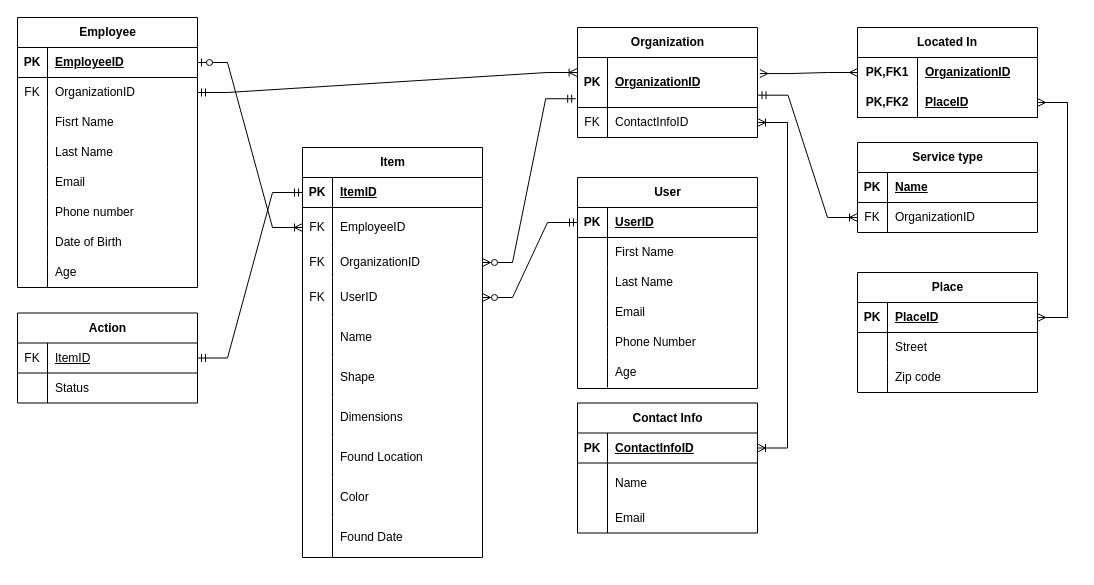
Before: logical model.drawio in igor2080/db1_large_project, a draw.io diagram. Source tidied: cells renumbered, new cells numbered last; positions are measured from the earlier drawing's top-left corner, leaving out a move shared by most shapes. Both pictures are drawn from the tidied source at 100%, with x=0, y=0 at pixel (17, 17).
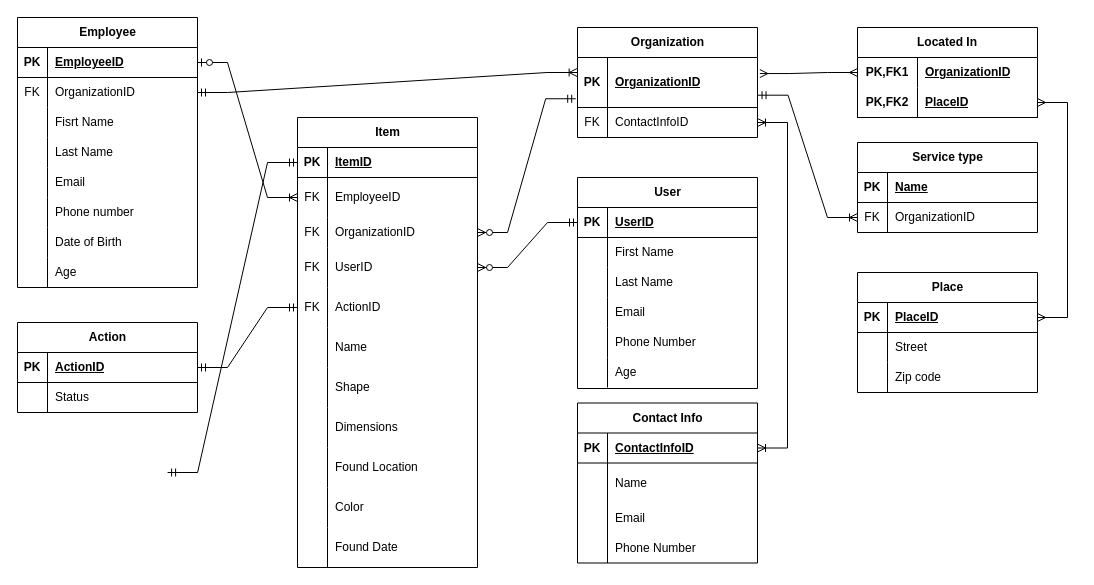
The same diagram, later.

Unchanged cells that the change refers to:
```xml
<mxCell id="53" style="shape=tableRow;horizontal=0;startSize=0;swimlaneHead=0;swimlaneBody=0;fillColor=none;points=[[0,0.5],[1,0.5]];portConstraint=eastwest;top=0;left=0;right=0;bottom=1;" parent="52" vertex="1">
  <mxGeometry y="30" width="180" height="30" as="geometry" />
</mxCell>
```

What changed in the source:
```diff
@@
     <mxCell id="52" value="Item" style="shape=table;startSize=30;childLayout=tableLayout;rowLines=0;fontStyle=1;align=center;html=1;" parent="1" vertex="1">
-      <mxGeometry x="285" y="130" width="180" height="410" as="geometry" />
+      <mxGeometry x="280" y="100" width="180" height="450" as="geometry" />
     </mxCell>
@@
+    <mxCell id="135" style="shape=tableRow;horizontal=0;startSize=0;swimlaneHead=0;swimlaneBody=0;fillColor=none;points=[[0,0.5],[1,0.5]];portConstraint=eastwest;top=0;left=0;right=0;bottom=0;" parent="52" vertex="1">
+      <mxGeometry y="170" width="180" height="40" as="geometry" />
+    </mxCell>
+    <mxCell id="115" value="FK" style="shape=partialRectangle;fillColor=none;top=0;left=0;bottom=0;right=0;overflow=hidden;whiteSpace=wrap;html=1;" parent="135" vertex="1">
+      <mxGeometry width="30" height="40" as="geometry" />
+    </mxCell>
+    <mxCell id="136" value="ActionID" style="shape=partialRectangle;fillColor=none;top=0;left=0;bottom=0;right=0;align=left;spacingLeft=6;overflow=hidden;whiteSpace=wrap;html=1;" parent="135" vertex="1">
+      <mxGeometry x="30" width="150" height="40" as="geometry" />
+    </mxCell>
     <mxCell id="65" style="shape=tableRow;horizontal=0;startSize=0;swimlaneHead=0;swimlaneBody=0;fillColor=none;top=0;left=0;right=0;bottom=0;" parent="52" vertex="1">
-      <mxGeometry y="170" width="180" height="40" as="geometry" />
+      <mxGeometry y="210" width="180" height="40" as="geometry" />
     </mxCell>
@@
     <mxCell id="68" style="shape=tableRow;horizontal=0;startSize=0;swimlaneHead=0;swimlaneBody=0;fillColor=none;top=0;left=0;right=0;bottom=0;" parent="52" vertex="1">
-      <mxGeometry y="210" width="180" height="40" as="geometry" />
+      <mxGeometry y="250" width="180" height="40" as="geometry" />
     </mxCell>
@@
     <mxCell id="71" style="shape=tableRow;horizontal=0;startSize=0;swimlaneHead=0;swimlaneBody=0;fillColor=none;top=0;left=0;right=0;bottom=0;" parent="52" vertex="1">
-      <mxGeometry y="250" width="180" height="40" as="geometry" />
+      <mxGeometry y="290" width="180" height="40" as="geometry" />
     </mxCell>
@@
     <mxCell id="74" style="shape=tableRow;horizontal=0;startSize=0;swimlaneHead=0;swimlaneBody=0;fillColor=none;top=0;left=0;right=0;bottom=0;" parent="52" vertex="1">
-      <mxGeometry y="290" width="180" height="40" as="geometry" />
+      <mxGeometry y="330" width="180" height="40" as="geometry" />
     </mxCell>
@@
     <mxCell id="77" style="shape=tableRow;horizontal=0;startSize=0;swimlaneHead=0;swimlaneBody=0;fillColor=none;top=0;left=0;right=0;bottom=0;" parent="52" vertex="1">
-      <mxGeometry y="330" width="180" height="40" as="geometry" />
+      <mxGeometry y="370" width="180" height="40" as="geometry" />
     </mxCell>
@@
     <mxCell id="80" style="shape=tableRow;horizontal=0;startSize=0;swimlaneHead=0;swimlaneBody=0;fillColor=none;top=0;left=0;right=0;bottom=0;" parent="52" vertex="1">
-      <mxGeometry y="370" width="180" height="40" as="geometry" />
+      <mxGeometry y="410" width="180" height="40" as="geometry" />
     </mxCell>
@@
-    <mxCell id="113" value="Action" style="shape=table;startSize=30;childLayout=tableLayout;rowLines=0;fontStyle=1;align=center;html=1;" parent="1" vertex="1">
-      <mxGeometry y="295.5" width="180" height="90" as="geometry" />
-    </mxCell>
-    <mxCell id="114" style="shape=tableRow;horizontal=0;startSize=0;swimlaneHead=0;swimlaneBody=0;fillColor=none;points=[[0,0.5],[1,0.5]];portConstraint=eastwest;top=0;left=0;right=0;bottom=1;" parent="113" vertex="1">
-      <mxGeometry y="30" width="180" height="30" as="geometry" />
-    </mxCell>
-    <mxCell id="115" value="&lt;span style=&quot;font-weight: normal;&quot;&gt;FK&lt;/span&gt;" style="shape=partialRectangle;fillColor=none;top=0;left=0;bottom=0;right=0;fontStyle=1;overflow=hidden;whiteSpace=wrap;html=1;" parent="114" vertex="1">
-      <mxGeometry width="30" height="30" as="geometry" />
-    </mxCell>
-    <mxCell id="116" value="&lt;span style=&quot;font-weight: normal;&quot;&gt;ItemID&lt;/span&gt;" style="shape=partialRectangle;fillColor=none;top=0;left=0;bottom=0;right=0;align=left;spacingLeft=6;fontStyle=5;overflow=hidden;whiteSpace=wrap;html=1;" parent="114" vertex="1">
-      <mxGeometry x="30" width="150" height="30" as="geometry" />
-    </mxCell>
-    <mxCell id="117" style="shape=tableRow;horizontal=0;startSize=0;swimlaneHead=0;swimlaneBody=0;fillColor=none;top=0;left=0;right=0;bottom=0;" parent="113" vertex="1">
-      <mxGeometry y="60" width="180" height="30" as="geometry" />
-    </mxCell>
-    <mxCell id="118" style="shape=partialRectangle;fillColor=none;top=0;left=0;bottom=0;right=0;overflow=hidden;whiteSpace=wrap;html=1;" parent="117" vertex="1">
-      <mxGeometry width="30" height="30" as="geometry" />
-    </mxCell>
-    <mxCell id="119" value="Status" style="shape=partialRectangle;fillColor=none;top=0;left=0;bottom=0;right=0;align=left;spacingLeft=6;overflow=hidden;whiteSpace=wrap;html=1;" parent="117" vertex="1">
-      <mxGeometry x="30" width="150" height="30" as="geometry" />
-    </mxCell>
     <mxCell id="120" value="Contact Info" style="shape=table;startSize=30;childLayout=tableLayout;rowLines=0;fontStyle=1;align=center;html=1;" parent="1" vertex="1">
-      <mxGeometry x="560" y="385.5" width="180" height="130" as="geometry" />
+      <mxGeometry x="560" y="385.5" width="180" height="160" as="geometry" />
     </mxCell>
@@
+    <mxCell id="137" style="shape=tableRow;horizontal=0;startSize=0;swimlaneHead=0;swimlaneBody=0;fillColor=none;top=0;left=0;right=0;bottom=0;" parent="120" vertex="1">
+      <mxGeometry y="130" width="180" height="30" as="geometry" />
+    </mxCell>
+    <mxCell id="138" style="shape=partialRectangle;fillColor=none;top=0;left=0;bottom=0;right=0;overflow=hidden;whiteSpace=wrap;html=1;" parent="137" vertex="1">
+      <mxGeometry width="30" height="30" as="geometry" />
+    </mxCell>
+    <mxCell id="139" value="Phone Number" style="shape=partialRectangle;fillColor=none;top=0;left=0;bottom=0;right=0;align=left;spacingLeft=6;overflow=hidden;whiteSpace=wrap;html=1;" parent="137" vertex="1">
+      <mxGeometry x="30" width="150" height="30" as="geometry" />
+    </mxCell>
@@
-    <mxCell id="134" style="edgeStyle=entityRelationEdgeStyle;fontSize=12;html=1;endArrow=ERmandOne;startArrow=ERmandOne;rounded=0;" parent="1" edge="1" source="114" target="53">
-      <mxGeometry relative="1" as="geometry" />
+    <mxCell id="134" style="edgeStyle=entityRelationEdgeStyle;fontSize=12;html=1;endArrow=ERmandOne;startArrow=ERmandOne;rounded=0;" parent="1" edge="1" target="53">
+      <mxGeometry relative="1" as="geometry">
+        <mxPoint x="150.1" y="455" as="sourcePoint" />
+      </mxGeometry>
     </mxCell>
+    <mxCell id="113" value="Action" style="shape=table;startSize=30;childLayout=tableLayout;rowLines=0;fontStyle=1;align=center;html=1;" parent="1" vertex="1">
+      <mxGeometry y="305" width="180" height="90" as="geometry" />
+    </mxCell>
+    <mxCell id="114" style="shape=tableRow;horizontal=0;startSize=0;swimlaneHead=0;swimlaneBody=0;fillColor=none;points=[[0,0.5],[1,0.5]];portConstraint=eastwest;top=0;left=0;right=0;bottom=1;" parent="113" vertex="1">
+      <mxGeometry y="30" width="180" height="30" as="geometry" />
+    </mxCell>
+    <mxCell id="140" value="PK" style="shape=partialRectangle;fillColor=none;top=0;left=0;bottom=0;right=0;fontStyle=1;overflow=hidden;whiteSpace=wrap;html=1;" parent="114" vertex="1">
+      <mxGeometry width="30" height="30" as="geometry" />
+    </mxCell>
+    <mxCell id="141" value="ActionID" style="shape=partialRectangle;fillColor=none;top=0;left=0;bottom=0;right=0;align=left;spacingLeft=6;fontStyle=5;overflow=hidden;whiteSpace=wrap;html=1;" parent="114" vertex="1">
+      <mxGeometry x="30" width="150" height="30" as="geometry" />
+    </mxCell>
+    <mxCell id="117" style="shape=tableRow;horizontal=0;startSize=0;swimlaneHead=0;swimlaneBody=0;fillColor=none;top=0;left=0;right=0;bottom=0;" parent="113" vertex="1">
+      <mxGeometry y="60" width="180" height="30" as="geometry" />
+    </mxCell>
+    <mxCell id="142" style="shape=partialRectangle;fillColor=none;top=0;left=0;bottom=0;right=0;overflow=hidden;whiteSpace=wrap;html=1;" parent="117" vertex="1">
+      <mxGeometry width="30" height="30" as="geometry" />
+    </mxCell>
+    <mxCell id="119" value="Status" style="shape=partialRectangle;fillColor=none;top=0;left=0;bottom=0;right=0;align=left;spacingLeft=6;overflow=hidden;whiteSpace=wrap;html=1;" parent="117" vertex="1">
+      <mxGeometry x="30" width="150" height="30" as="geometry" />
+    </mxCell>
+    <mxCell id="143" style="edgeStyle=entityRelationEdgeStyle;fontSize=12;html=1;endArrow=ERmandOne;startArrow=ERmandOne;rounded=0;endFill=0;" parent="1" edge="1" source="135" target="113">
+      <mxGeometry relative="1" as="geometry" />
+    </mxCell>
```
